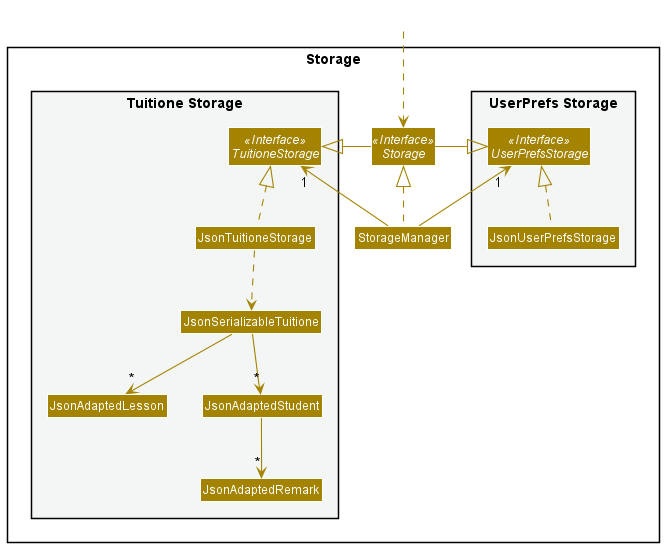
nus-cs2103-AY2122S1/tp keeps this PlantUML diagram as docs/images/DeveloperGuideImage/StorageClassDiagram.png. Above is the earlier version. Its diagram source:
```plantuml
@startuml
!include style.puml
skinparam arrowThickness 1.1
skinparam arrowColor STORAGE_COLOR
skinparam classBackgroundColor STORAGE_COLOR

package Storage{

package "UserPrefs Storage" #F4F6F6{
Interface UserPrefsStorage <<Interface>>
Class JsonUserPrefsStorage
}

Interface Storage <<Interface>>
Class StorageManager

package "Tuitione Storage" #F4F6F6{
Interface TuitioneStorage <<Interface>>
Class JsonTuitioneStorage
Class JsonSerializableTuitione
Class JsonAdaptedStudent
Class JsonAdaptedLesson
Class JsonAdaptedRemark
}

}

Class HiddenOutside #FFFFFF
HiddenOutside ..> Storage

StorageManager .up.|> Storage
StorageManager -up-> "1" UserPrefsStorage
StorageManager -up-> "1" TuitioneStorage

Storage -left-|> UserPrefsStorage
Storage -right-|> TuitioneStorage

JsonUserPrefsStorage .up.|> UserPrefsStorage
JsonTuitioneStorage .up.|> TuitioneStorage
JsonTuitioneStorage ..> JsonSerializableTuitione
JsonSerializableTuitione --> "*" JsonAdaptedLesson
JsonSerializableTuitione --> "*" JsonAdaptedStudent
JsonAdaptedLesson -right[hidden]- JsonAdaptedStudent
JsonAdaptedStudent --> "*" JsonAdaptedRemark

@enduml
```
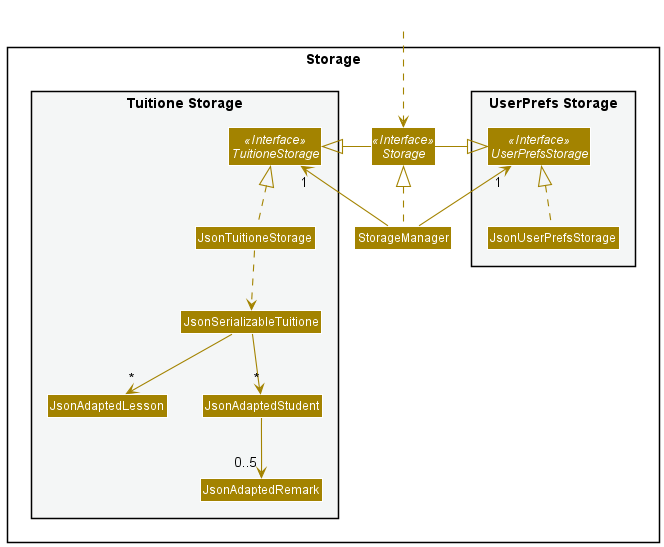
Above is the later version.

What changed in the source:
```diff
@@ -41,6 +41,6 @@
 JsonSerializableTuitione --> "*" JsonAdaptedLesson
 JsonSerializableTuitione --> "*" JsonAdaptedStudent
 JsonAdaptedLesson -right[hidden]- JsonAdaptedStudent
-JsonAdaptedStudent --> "*" JsonAdaptedRemark
+JsonAdaptedStudent --> "0..5" JsonAdaptedRemark
 
 @enduml
```
